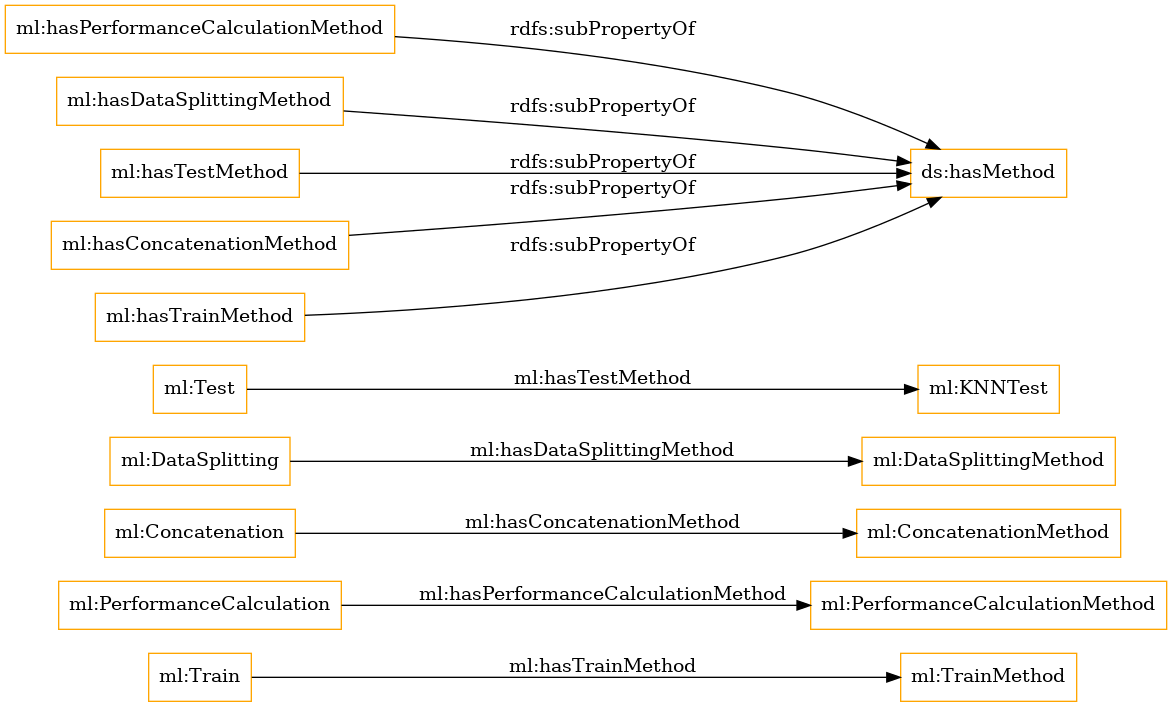
nsai-uio/ExeKGOntology keeps this Graphviz diagram as OnToology/ml_exeKGOntology.ttl/diagrams/ar2dtool-class/ml_exeKGOntology.ttl.png. Above is the earlier version. Its source is kept beside it as OnToology/ml_exeKGOntology.ttl/diagrams/ar2dtool-class/ml_exeKGOntology.ttl.png.dot. The source it was exported from:
```dot
digraph ar2dtool_diagram {
rankdir=LR;
size="1501"
node [shape = rectangle, color="orange"]; "ml:TrainMethod" "ml:PerformanceCalculationMethod" "ml:Concatenation" "ml:ConcatenationMethod" "ml:DataSplitting" "ml:KNNTest" "ml:Test" "ml:DataSplittingMethod" "ml:Train" "ml:PerformanceCalculation" ; /*classes style*/
	"ml:hasPerformanceCalculationMethod" -> "ds:hasMethod" [ label = "rdfs:subPropertyOf" ];
	"ml:hasDataSplittingMethod" -> "ds:hasMethod" [ label = "rdfs:subPropertyOf" ];
	"ml:hasTestMethod" -> "ds:hasMethod" [ label = "rdfs:subPropertyOf" ];
	"ml:hasConcatenationMethod" -> "ds:hasMethod" [ label = "rdfs:subPropertyOf" ];
	"ml:hasTrainMethod" -> "ds:hasMethod" [ label = "rdfs:subPropertyOf" ];
	"ml:Concatenation" -> "ml:ConcatenationMethod" [ label = "ml:hasConcatenationMethod" ];
	"ml:PerformanceCalculation" -> "ml:PerformanceCalculationMethod" [ label = "ml:hasPerformanceCalculationMethod" ];
	"ml:Test" -> "ml:KNNTest" [ label = "ml:hasTestMethod" ];
	"ml:Train" -> "ml:TrainMethod" [ label = "ml:hasTrainMethod" ];
	"ml:DataSplitting" -> "ml:DataSplittingMethod" [ label = "ml:hasDataSplittingMethod" ];

}
```
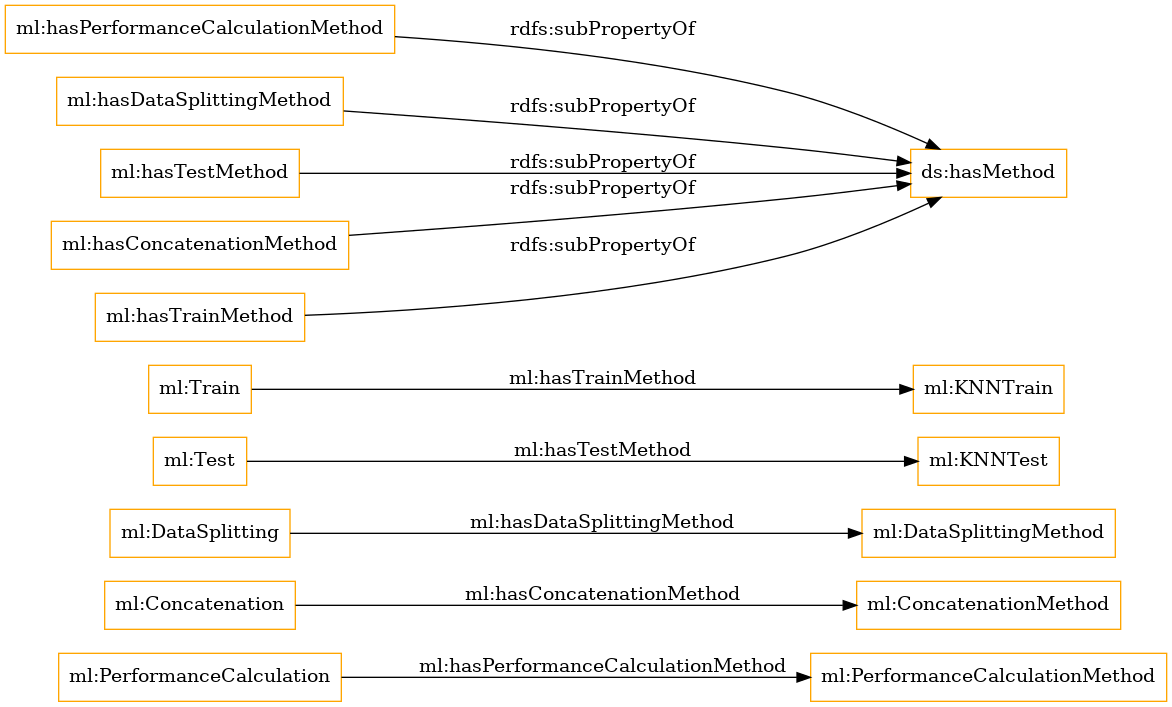
After the commit.

The edit, as a diff of the source:
```diff
@@ -1,7 +1,7 @@
 digraph ar2dtool_diagram {
 rankdir=LR;
 size="1501"
-node [shape = rectangle, color="orange"]; "ml:TrainMethod" "ml:PerformanceCalculationMethod" "ml:Concatenation" "ml:ConcatenationMethod" "ml:DataSplitting" "ml:KNNTest" "ml:Test" "ml:DataSplittingMethod" "ml:Train" "ml:PerformanceCalculation" ; /*classes style*/
+node [shape = rectangle, color="orange"]; "ml:PerformanceCalculationMethod" "ml:Concatenation" "ml:ConcatenationMethod" "ml:DataSplitting" "ml:KNNTest" "ml:Test" "ml:DataSplittingMethod" "ml:Train" "ml:PerformanceCalculation" "ml:KNNTrain" ; /*classes style*/
 	"ml:hasPerformanceCalculationMethod" -> "ds:hasMethod" [ label = "rdfs:subPropertyOf" ];
 	"ml:hasDataSplittingMethod" -> "ds:hasMethod" [ label = "rdfs:subPropertyOf" ];
 	"ml:hasTestMethod" -> "ds:hasMethod" [ label = "rdfs:subPropertyOf" ];
@@ -10,7 +10,7 @@
 	"ml:Concatenation" -> "ml:ConcatenationMethod" [ label = "ml:hasConcatenationMethod" ];
 	"ml:PerformanceCalculation" -> "ml:PerformanceCalculationMethod" [ label = "ml:hasPerformanceCalculationMethod" ];
 	"ml:Test" -> "ml:KNNTest" [ label = "ml:hasTestMethod" ];
-	"ml:Train" -> "ml:TrainMethod" [ label = "ml:hasTrainMethod" ];
+	"ml:Train" -> "ml:KNNTrain" [ label = "ml:hasTrainMethod" ];
 	"ml:DataSplitting" -> "ml:DataSplittingMethod" [ label = "ml:hasDataSplittingMethod" ];
 
 }
```
